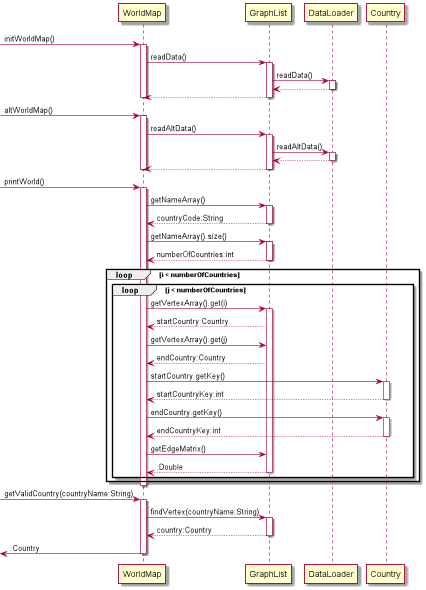
nus-cs2113-AY2122S1/tp keeps this PlantUML diagram as docs/documentationPics/worldmap2.1.png. Above is the earlier version.
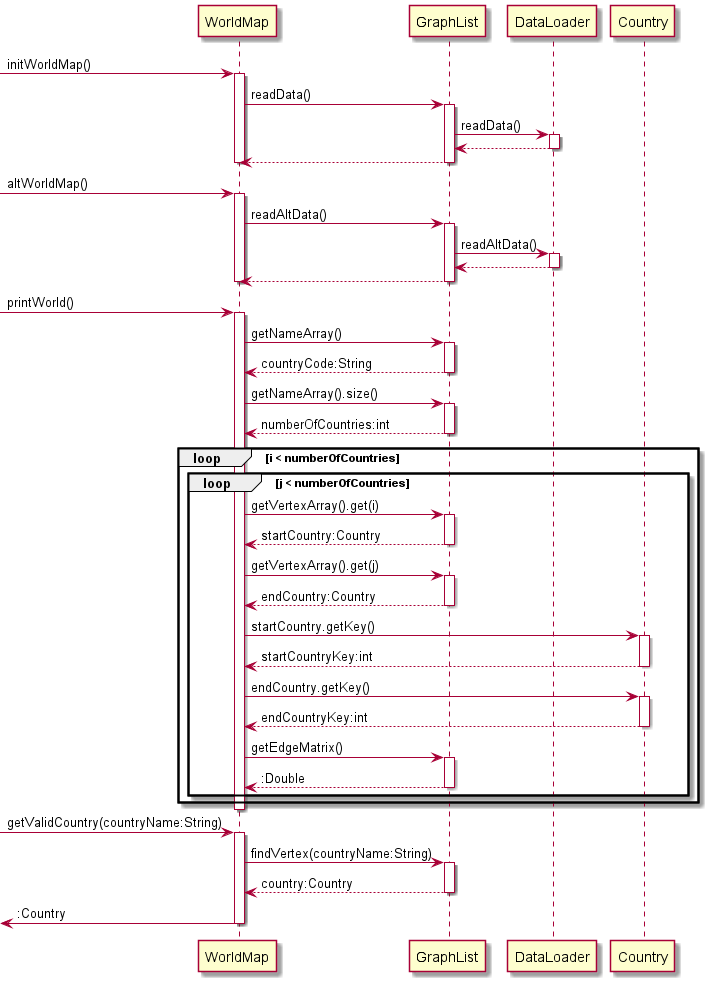
After the commit.

What changed in the source:
```diff
@@ -52,8 +52,11 @@
 WorldMap -> GraphList: getVertexArray().get(i)
 activate GraphList
 GraphList --> WorldMap: startCountry:Country
+deactivate GraphList
 WorldMap -> GraphList: getVertexArray().get(j)
+activate GraphList
 GraphList --> WorldMap: endCountry:Country
+deactivate GraphList
 WorldMap -> Country: startCountry.getKey()
 activate Country
 Country --> WorldMap: startCountryKey:int
@@ -63,6 +66,7 @@
 Country --> WorldMap: endCountryKey:int
 deactivate Country
 WorldMap -> GraphList: getEdgeMatrix()
+activate GraphList
 GraphList --> WorldMap: :Double
 deactivate GraphList
 end
@@ -85,4 +89,5 @@
 
 
 
+
 @enduml
```
